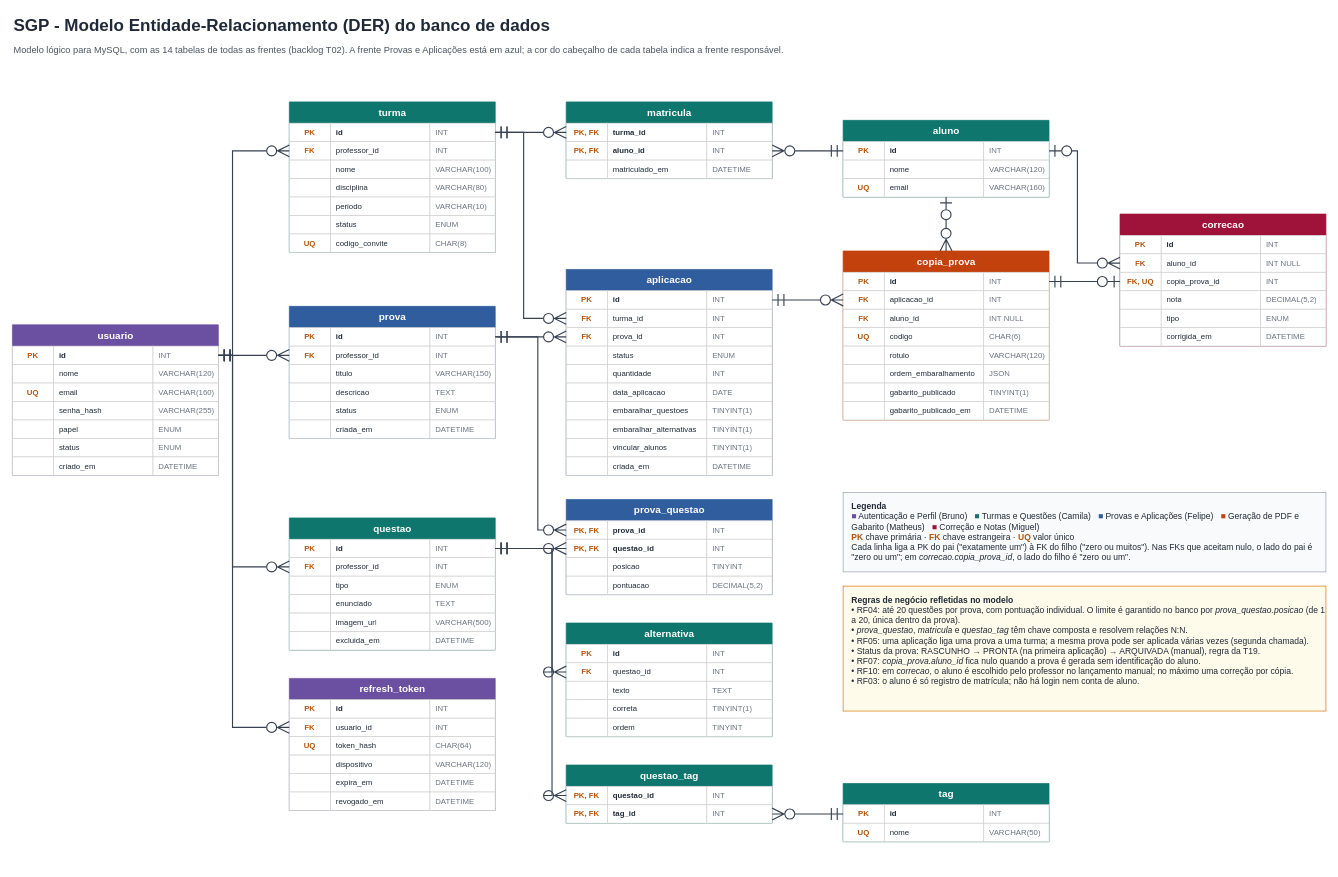
Earlier version of the draw.io diagram docs/modelo-dados/mer-der.drawio (Felipe-S-prog/Projeto-e-Arquitetura-5-fase). Source tidied: cells renumbered, new cells numbered last; positions are measured from the earlier drawing's top-left corner, leaving out a move shared by most shapes. Both pictures are drawn from the tidied source at 71%, with x=0, y=0 at pixel (12, 12).
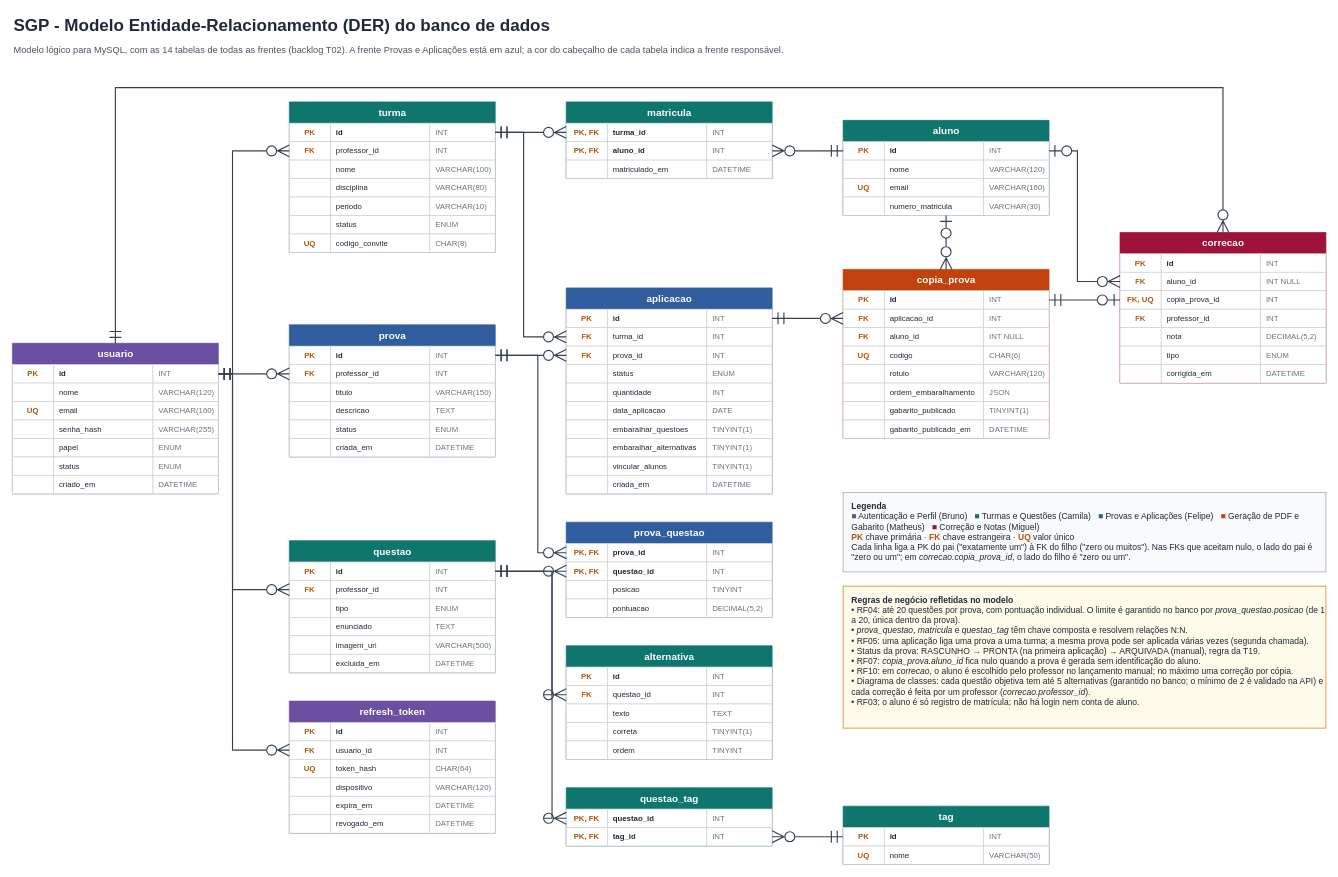
The same diagram, later.

Commit message (it also covers changes not shown here):
docs: ajusta DER ao diagrama de classes (professor na correcao, max. 5 alternativas, numero de matricula do aluno)

Unchanged cells that the change refers to:
```xml
<mxCell id="45" value="turma" style="shape=swimlane;horizontal=1;fontStyle=1;fontSize=14;align=center;startSize=30;html=1;fillColor=#0F766E;fontColor=#ffffff;strokeColor=#0F766E;swimlaneFillColor=#ffffff;" parent="1" vertex="1">
  <mxGeometry x="390" y="126" width="290" height="212" as="geometry" />
</mxCell>
<mxCell id="77" value="matricula" style="shape=swimlane;horizontal=1;fontStyle=1;fontSize=14;align=center;startSize=30;html=1;fillColor=#0F766E;fontColor=#ffffff;strokeColor=#0F766E;swimlaneFillColor=#ffffff;" parent="1" vertex="1">
  <mxGeometry x="780" y="126" width="290" height="108" as="geometry" />
</mxCell>
```

What changed in the source:
```diff
@@
     <mxCell id="4" value="usuario" style="shape=swimlane;horizontal=1;fontStyle=1;fontSize=14;align=center;startSize=30;html=1;fillColor=#6B4FA0;fontColor=#ffffff;strokeColor=#6B4FA0;swimlaneFillColor=#ffffff;" parent="1" vertex="1">
-      <mxGeometry y="440" width="290" height="212" as="geometry" />
+      <mxGeometry y="466" width="290" height="212" as="geometry" />
     </mxCell>
@@
     <mxCell id="26" value="refresh_token" style="shape=swimlane;horizontal=1;fontStyle=1;fontSize=14;align=center;startSize=30;html=1;fillColor=#6B4FA0;fontColor=#ffffff;strokeColor=#6B4FA0;swimlaneFillColor=#ffffff;" parent="1" vertex="1">
-      <mxGeometry x="390" y="938" width="290" height="186" as="geometry" />
+      <mxGeometry x="390" y="970" width="290" height="186" as="geometry" />
     </mxCell>
@@
     <mxCell id="67" value="aluno" style="shape=swimlane;horizontal=1;fontStyle=1;fontSize=14;align=center;startSize=30;html=1;fillColor=#0F766E;fontColor=#ffffff;strokeColor=#0F766E;swimlaneFillColor=#ffffff;" parent="1" vertex="1">
-      <mxGeometry x="1170" y="152" width="290" height="108" as="geometry" />
+      <mxGeometry x="1170" y="152" width="290" height="134" as="geometry" />
     </mxCell>
@@
+    <mxCell id="262" style="html=1;strokeColor=#D0D0D0;fillColor=#ffffff;fontColor=#1F2937;fontSize=11;whiteSpace=wrap;overflow=hidden;align=center;fontStyle=1;fontColor=#B45309;" parent="67" vertex="1">
+      <mxGeometry y="108" width="58" height="26" as="geometry" />
+    </mxCell>
+    <mxCell id="263" value="numero_matricula" style="html=1;strokeColor=#D0D0D0;fillColor=#ffffff;fontColor=#1F2937;fontSize=11;whiteSpace=wrap;overflow=hidden;align=left;spacingLeft=6;" parent="67" vertex="1">
+      <mxGeometry x="58" y="108" width="140" height="26" as="geometry" />
+    </mxCell>
+    <mxCell id="264" value="VARCHAR(30)" style="html=1;strokeColor=#D0D0D0;fillColor=#ffffff;fontColor=#1F2937;fontSize=11;whiteSpace=wrap;overflow=hidden;align=left;spacingLeft=6;fontColor=#6B7280;" parent="67" vertex="1">
+      <mxGeometry x="198" y="108" width="92" height="26" as="geometry" />
+    </mxCell>
@@
     <mxCell id="87" value="questao" style="shape=swimlane;horizontal=1;fontStyle=1;fontSize=14;align=center;startSize=30;html=1;fillColor=#0F766E;fontColor=#ffffff;strokeColor=#0F766E;swimlaneFillColor=#ffffff;" parent="1" vertex="1">
-      <mxGeometry x="390" y="712" width="290" height="186" as="geometry" />
+      <mxGeometry x="390" y="744" width="290" height="186" as="geometry" />
     </mxCell>
@@
     <mxCell id="106" value="tag" style="shape=swimlane;horizontal=1;fontStyle=1;fontSize=14;align=center;startSize=30;html=1;fillColor=#0F766E;fontColor=#ffffff;strokeColor=#0F766E;swimlaneFillColor=#ffffff;" parent="1" vertex="1">
-      <mxGeometry x="1170" y="1086" width="290" height="82" as="geometry" />
+      <mxGeometry x="1170" y="1118" width="290" height="82" as="geometry" />
     </mxCell>
@@
     <mxCell id="113" value="questao_tag" style="shape=swimlane;horizontal=1;fontStyle=1;fontSize=14;align=center;startSize=30;html=1;fillColor=#0F766E;fontColor=#ffffff;strokeColor=#0F766E;swimlaneFillColor=#ffffff;" parent="1" vertex="1">
-      <mxGeometry x="780" y="1060" width="290" height="82" as="geometry" />
+      <mxGeometry x="780" y="1092" width="290" height="82" as="geometry" />
     </mxCell>
@@
     <mxCell id="120" value="alternativa" style="shape=swimlane;horizontal=1;fontStyle=1;fontSize=14;align=center;startSize=30;html=1;fillColor=#0F766E;fontColor=#ffffff;strokeColor=#0F766E;swimlaneFillColor=#ffffff;" parent="1" vertex="1">
-      <mxGeometry x="780" y="860" width="290" height="160" as="geometry" />
+      <mxGeometry x="780" y="892" width="290" height="160" as="geometry" />
     </mxCell>
@@
     <mxCell id="136" value="prova" style="shape=swimlane;horizontal=1;fontStyle=1;fontSize=14;align=center;startSize=30;html=1;fillColor=#2F5D9E;fontColor=#ffffff;strokeColor=#2F5D9E;swimlaneFillColor=#ffffff;" parent="1" vertex="1">
-      <mxGeometry x="390" y="414" width="290" height="186" as="geometry" />
+      <mxGeometry x="390" y="440" width="290" height="186" as="geometry" />
     </mxCell>
@@
     <mxCell id="155" value="prova_questao" style="shape=swimlane;horizontal=1;fontStyle=1;fontSize=14;align=center;startSize=30;html=1;fillColor=#2F5D9E;fontColor=#ffffff;strokeColor=#2F5D9E;swimlaneFillColor=#ffffff;" parent="1" vertex="1">
-      <mxGeometry x="780" y="686" width="290" height="134" as="geometry" />
+      <mxGeometry x="780" y="718" width="290" height="134" as="geometry" />
     </mxCell>
@@
     <mxCell id="168" value="aplicacao" style="shape=swimlane;horizontal=1;fontStyle=1;fontSize=14;align=center;startSize=30;html=1;fillColor=#2F5D9E;fontColor=#ffffff;strokeColor=#2F5D9E;swimlaneFillColor=#ffffff;" parent="1" vertex="1">
-      <mxGeometry x="780" y="362" width="290" height="290" as="geometry" />
+      <mxGeometry x="780" y="388" width="290" height="290" as="geometry" />
     </mxCell>
@@
     <mxCell id="199" value="copia_prova" style="shape=swimlane;horizontal=1;fontStyle=1;fontSize=14;align=center;startSize=30;html=1;fillColor=#C2410C;fontColor=#ffffff;strokeColor=#C2410C;swimlaneFillColor=#ffffff;" parent="1" vertex="1">
-      <mxGeometry x="1170" y="336" width="290" height="238" as="geometry" />
+      <mxGeometry x="1170" y="362" width="290" height="238" as="geometry" />
     </mxCell>
@@
     <mxCell id="224" value="correcao" style="shape=swimlane;horizontal=1;fontStyle=1;fontSize=14;align=center;startSize=30;html=1;fillColor=#9F1239;fontColor=#ffffff;strokeColor=#9F1239;swimlaneFillColor=#ffffff;" parent="1" vertex="1">
-      <mxGeometry x="1560" y="284" width="290" height="186" as="geometry" />
+      <mxGeometry x="1560" y="310" width="290" height="212" as="geometry" />
     </mxCell>
@@
-    <mxCell id="234" style="html=1;strokeColor=#D0D0D0;fillColor=#ffffff;fontColor=#1F2937;fontSize=11;whiteSpace=wrap;overflow=hidden;align=center;fontStyle=1;fontColor=#B45309;" parent="224" vertex="1">
+    <mxCell id="234" value="FK" style="html=1;strokeColor=#D0D0D0;fillColor=#ffffff;fontColor=#1F2937;fontSize=11;whiteSpace=wrap;overflow=hidden;align=center;fontStyle=1;fontColor=#B45309;" parent="224" vertex="1">
       <mxGeometry y="108" width="58" height="26" as="geometry" />
     </mxCell>
-    <mxCell id="235" value="nota" style="html=1;strokeColor=#D0D0D0;fillColor=#ffffff;fontColor=#1F2937;fontSize=11;whiteSpace=wrap;overflow=hidden;align=left;spacingLeft=6;" parent="224" vertex="1">
+    <mxCell id="235" value="professor_id" style="html=1;strokeColor=#D0D0D0;fillColor=#ffffff;fontColor=#1F2937;fontSize=11;whiteSpace=wrap;overflow=hidden;align=left;spacingLeft=6;" parent="224" vertex="1">
       <mxGeometry x="58" y="108" width="140" height="26" as="geometry" />
     </mxCell>
-    <mxCell id="236" value="DECIMAL(5,2)" style="html=1;strokeColor=#D0D0D0;fillColor=#ffffff;fontColor=#1F2937;fontSize=11;whiteSpace=wrap;overflow=hidden;align=left;spacingLeft=6;fontColor=#6B7280;" parent="224" vertex="1">
+    <mxCell id="236" value="INT" style="html=1;strokeColor=#D0D0D0;fillColor=#ffffff;fontColor=#1F2937;fontSize=11;whiteSpace=wrap;overflow=hidden;align=left;spacingLeft=6;fontColor=#6B7280;" parent="224" vertex="1">
       <mxGeometry x="198" y="108" width="92" height="26" as="geometry" />
     </mxCell>
@@
-    <mxCell id="238" value="tipo" style="html=1;strokeColor=#D0D0D0;fillColor=#ffffff;fontColor=#1F2937;fontSize=11;whiteSpace=wrap;overflow=hidden;align=left;spacingLeft=6;" parent="224" vertex="1">
+    <mxCell id="238" value="nota" style="html=1;strokeColor=#D0D0D0;fillColor=#ffffff;fontColor=#1F2937;fontSize=11;whiteSpace=wrap;overflow=hidden;align=left;spacingLeft=6;" parent="224" vertex="1">
       <mxGeometry x="58" y="134" width="140" height="26" as="geometry" />
     </mxCell>
-    <mxCell id="239" value="ENUM" style="html=1;strokeColor=#D0D0D0;fillColor=#ffffff;fontColor=#1F2937;fontSize=11;whiteSpace=wrap;overflow=hidden;align=left;spacingLeft=6;fontColor=#6B7280;" parent="224" vertex="1">
+    <mxCell id="239" value="DECIMAL(5,2)" style="html=1;strokeColor=#D0D0D0;fillColor=#ffffff;fontColor=#1F2937;fontSize=11;whiteSpace=wrap;overflow=hidden;align=left;spacingLeft=6;fontColor=#6B7280;" parent="224" vertex="1">
       <mxGeometry x="198" y="134" width="92" height="26" as="geometry" />
     </mxCell>
@@
-    <mxCell id="241" value="corrigida_em" style="html=1;strokeColor=#D0D0D0;fillColor=#ffffff;fontColor=#1F2937;fontSize=11;whiteSpace=wrap;overflow=hidden;align=left;spacingLeft=6;" parent="224" vertex="1">
+    <mxCell id="241" value="tipo" style="html=1;strokeColor=#D0D0D0;fillColor=#ffffff;fontColor=#1F2937;fontSize=11;whiteSpace=wrap;overflow=hidden;align=left;spacingLeft=6;" parent="224" vertex="1">
       <mxGeometry x="58" y="160" width="140" height="26" as="geometry" />
     </mxCell>
-    <mxCell id="242" value="DATETIME" style="html=1;strokeColor=#D0D0D0;fillColor=#ffffff;fontColor=#1F2937;fontSize=11;whiteSpace=wrap;overflow=hidden;align=left;spacingLeft=6;fontColor=#6B7280;" parent="224" vertex="1">
+    <mxCell id="242" value="ENUM" style="html=1;strokeColor=#D0D0D0;fillColor=#ffffff;fontColor=#1F2937;fontSize=11;whiteSpace=wrap;overflow=hidden;align=left;spacingLeft=6;fontColor=#6B7280;" parent="224" vertex="1">
       <mxGeometry x="198" y="160" width="92" height="26" as="geometry" />
     </mxCell>
+    <mxCell id="265" style="html=1;strokeColor=#D0D0D0;fillColor=#ffffff;fontColor=#1F2937;fontSize=11;whiteSpace=wrap;overflow=hidden;align=center;fontStyle=1;fontColor=#B45309;" parent="224" vertex="1">
+      <mxGeometry y="186" width="58" height="26" as="geometry" />
+    </mxCell>
+    <mxCell id="266" value="corrigida_em" style="html=1;strokeColor=#D0D0D0;fillColor=#ffffff;fontColor=#1F2937;fontSize=11;whiteSpace=wrap;overflow=hidden;align=left;spacingLeft=6;" parent="224" vertex="1">
+      <mxGeometry x="58" y="186" width="140" height="26" as="geometry" />
+    </mxCell>
+    <mxCell id="267" value="DATETIME" style="html=1;strokeColor=#D0D0D0;fillColor=#ffffff;fontColor=#1F2937;fontSize=11;whiteSpace=wrap;overflow=hidden;align=left;spacingLeft=6;fontColor=#6B7280;" parent="224" vertex="1">
+      <mxGeometry x="198" y="186" width="92" height="26" as="geometry" />
+    </mxCell>
     <mxCell id="243" style="edgeStyle=orthogonalEdgeStyle;rounded=0;html=1;jettySize=auto;startArrow=ERmandOne;endArrow=ERzeroToMany;startFill=0;endFill=0;startSize=14;endSize=14;strokeColor=#374151;strokeWidth=1.6;exitX=1;exitY=0.2028;exitDx=0;exitDy=0;entryX=0;entryY=0.3710;entryDx=0;entryDy=0;" parent="1" edge="1" source="4" target="26">
       <mxGeometry relative="1" as="geometry">
         <Array as="points">
-          <mxPoint x="310" y="483" />
-          <mxPoint x="310" y="1007" />
+          <mxPoint x="310" y="509" />
+          <mxPoint x="310" y="1039" />
         </Array>
       </mxGeometry>
     </mxCell>
     <mxCell id="244" style="edgeStyle=orthogonalEdgeStyle;rounded=0;html=1;jettySize=auto;startArrow=ERmandOne;endArrow=ERzeroToMany;startFill=0;endFill=0;startSize=14;endSize=14;strokeColor=#374151;strokeWidth=1.6;exitX=1;exitY=0.2028;exitDx=0;exitDy=0;entryX=0;entryY=0.3255;entryDx=0;entryDy=0;" parent="1" edge="1" source="4" target="45">
       <mxGeometry relative="1" as="geometry">
         <Array as="points">
-          <mxPoint x="310" y="483" />
+          <mxPoint x="310" y="509" />
           <mxPoint x="310" y="195" />
         </Array>
       </mxGeometry>
     </mxCell>
@@
     <mxCell id="246" style="edgeStyle=orthogonalEdgeStyle;rounded=0;html=1;jettySize=auto;startArrow=ERmandOne;endArrow=ERzeroToMany;startFill=0;endFill=0;startSize=14;endSize=14;strokeColor=#374151;strokeWidth=1.6;exitX=1;exitY=0.2028;exitDx=0;exitDy=0;entryX=0;entryY=0.3710;entryDx=0;entryDy=0;" parent="1" edge="1" source="4" target="87">
       <mxGeometry relative="1" as="geometry">
         <Array as="points">
-          <mxPoint x="310" y="483" />
-          <mxPoint x="310" y="781" />
+          <mxPoint x="310" y="509" />
+          <mxPoint x="310" y="813" />
         </Array>
       </mxGeometry>
     </mxCell>
@@
     <mxCell id="248" style="edgeStyle=orthogonalEdgeStyle;rounded=0;html=1;jettySize=auto;startArrow=ERmandOne;endArrow=ERzeroToMany;startFill=0;endFill=0;startSize=14;endSize=14;strokeColor=#374151;strokeWidth=1.6;exitX=1;exitY=0.2028;exitDx=0;exitDy=0;entryX=0;entryY=0.2379;entryDx=0;entryDy=0;" parent="1" edge="1" source="45" target="168">
       <mxGeometry relative="1" as="geometry">
         <Array as="points">
           <mxPoint x="720" y="169" />
-          <mxPoint x="720" y="431" />
+          <mxPoint x="720" y="457" />
         </Array>
       </mxGeometry>
     </mxCell>
@@
     <mxCell id="250" style="edgeStyle=orthogonalEdgeStyle;rounded=0;html=1;jettySize=auto;startArrow=ERmandOne;endArrow=ERzeroToMany;startFill=0;endFill=0;startSize=14;endSize=14;strokeColor=#374151;strokeWidth=1.6;exitX=1;exitY=0.2312;exitDx=0;exitDy=0;entryX=0;entryY=0.3209;entryDx=0;entryDy=0;" parent="1" edge="1" source="136" target="155">
       <mxGeometry relative="1" as="geometry">
         <Array as="points">
-          <mxPoint x="740" y="457" />
-          <mxPoint x="740" y="729" />
+          <mxPoint x="740" y="483" />
+          <mxPoint x="740" y="761" />
         </Array>
       </mxGeometry>
     </mxCell>
@@
     <mxCell id="252" style="edgeStyle=orthogonalEdgeStyle;rounded=0;html=1;jettySize=auto;startArrow=ERmandOne;endArrow=ERzeroToMany;startFill=0;endFill=0;startSize=14;endSize=14;strokeColor=#374151;strokeWidth=1.6;exitX=1;exitY=0.2312;exitDx=0;exitDy=0;entryX=0;entryY=0.4313;entryDx=0;entryDy=0;" parent="1" edge="1" source="87" target="120">
       <mxGeometry relative="1" as="geometry">
         <Array as="points">
-          <mxPoint x="760" y="755" />
-          <mxPoint x="760" y="929" />
+          <mxPoint x="760" y="787" />
+          <mxPoint x="760" y="961" />
         </Array>
       </mxGeometry>
     </mxCell>
     <mxCell id="253" style="edgeStyle=orthogonalEdgeStyle;rounded=0;html=1;jettySize=auto;startArrow=ERmandOne;endArrow=ERzeroToMany;startFill=0;endFill=0;startSize=14;endSize=14;strokeColor=#374151;strokeWidth=1.6;exitX=1;exitY=0.2312;exitDx=0;exitDy=0;entryX=0;entryY=0.5244;entryDx=0;entryDy=0;" parent="1" edge="1" source="87" target="113">
       <mxGeometry relative="1" as="geometry">
         <Array as="points">
-          <mxPoint x="760" y="755" />
-          <mxPoint x="760" y="1103" />
+          <mxPoint x="760" y="787" />
+          <mxPoint x="760" y="1135" />
         </Array>
       </mxGeometry>
     </mxCell>
-    <mxCell id="254" style="edgeStyle=orthogonalEdgeStyle;rounded=0;html=1;jettySize=auto;startArrow=ERmandOne;endArrow=ERzeroToMany;startFill=0;endFill=0;startSize=14;endSize=14;strokeColor=#374151;strokeWidth=1.6;exitX=0;exitY=0.3981;exitDx=0;exitDy=0;entryX=1;entryY=0.6389;entryDx=0;entryDy=0;" parent="1" edge="1" source="67" target="77">
+    <mxCell id="254" style="edgeStyle=orthogonalEdgeStyle;rounded=0;html=1;jettySize=auto;startArrow=ERmandOne;endArrow=ERzeroToMany;startFill=0;endFill=0;startSize=14;endSize=14;strokeColor=#374151;strokeWidth=1.6;exitX=0;exitY=0.3209;exitDx=0;exitDy=0;entryX=1;entryY=0.6389;entryDx=0;entryDy=0;" parent="1" edge="1" source="67" target="77">
       <mxGeometry relative="1" as="geometry" />
     </mxCell>
@@
-    <mxCell id="258" style="edgeStyle=orthogonalEdgeStyle;rounded=0;html=1;jettySize=auto;startArrow=ERmandOne;endArrow=ERzeroToOne;startFill=0;endFill=0;startSize=14;endSize=14;strokeColor=#374151;strokeWidth=1.6;exitX=1;exitY=0.1807;exitDx=0;exitDy=0;entryX=0;entryY=0.5108;entryDx=0;entryDy=0;" parent="1" edge="1" source="199" target="224">
+    <mxCell id="258" style="edgeStyle=orthogonalEdgeStyle;rounded=0;html=1;jettySize=auto;startArrow=ERmandOne;endArrow=ERzeroToOne;startFill=0;endFill=0;startSize=14;endSize=14;strokeColor=#374151;strokeWidth=1.6;exitX=1;exitY=0.1807;exitDx=0;exitDy=0;entryX=0;entryY=0.4481;entryDx=0;entryDy=0;" parent="1" edge="1" source="199" target="224">
       <mxGeometry relative="1" as="geometry" />
     </mxCell>
-    <mxCell id="259" style="edgeStyle=orthogonalEdgeStyle;rounded=0;html=1;jettySize=auto;startArrow=ERzeroToOne;endArrow=ERzeroToMany;startFill=0;endFill=0;startSize=14;endSize=14;strokeColor=#374151;strokeWidth=1.6;exitX=1;exitY=0.3981;exitDx=0;exitDy=0;entryX=0;entryY=0.3710;entryDx=0;entryDy=0;" parent="1" edge="1" source="67" target="224">
+    <mxCell id="259" style="edgeStyle=orthogonalEdgeStyle;rounded=0;html=1;jettySize=auto;startArrow=ERzeroToOne;endArrow=ERzeroToMany;startFill=0;endFill=0;startSize=14;endSize=14;strokeColor=#374151;strokeWidth=1.6;exitX=1;exitY=0.3209;exitDx=0;exitDy=0;entryX=0;entryY=0.3255;entryDx=0;entryDy=0;" parent="1" edge="1" source="67" target="224">
       <mxGeometry relative="1" as="geometry">
         <Array as="points">
           <mxPoint x="1500" y="195" />
-          <mxPoint x="1500" y="353" />
+          <mxPoint x="1500" y="379" />
         </Array>
       </mxGeometry>
     </mxCell>
+    <mxCell id="268" style="edgeStyle=orthogonalEdgeStyle;rounded=0;html=1;jettySize=auto;startArrow=ERmandOne;endArrow=ERzeroToMany;startFill=0;endFill=0;startSize=14;endSize=14;strokeColor=#374151;strokeWidth=1.6;exitX=0.5;exitY=0;exitDx=0;exitDy=0;entryX=0.5;entryY=0;entryDx=0;entryDy=0;" parent="1" edge="1" source="4" target="224">
+      <mxGeometry relative="1" as="geometry">
+        <Array as="points">
+          <mxPoint x="145" y="106" />
+          <mxPoint x="1705" y="106" />
+        </Array>
+      </mxGeometry>
+    </mxCell>
@@
-    <mxCell id="261" value="&lt;b&gt;Regras de negócio refletidas no modelo&lt;/b&gt;&lt;br&gt;• RF04: até 20 questões por prova, com pontuação individual. O limite é garantido no banco por &lt;i&gt;prova_questao.posicao&lt;/i&gt; (de 1 a 20, única dentro da prova).&lt;br&gt;• &lt;i&gt;prova_questao&lt;/i&gt;, &lt;i&gt;matricula&lt;/i&gt; e &lt;i&gt;questao_tag&lt;/i&gt; têm chave composta e resolvem relações N:N.&lt;br&gt;• RF05: uma aplicação liga uma prova a uma turma; a mesma prova pode ser aplicada várias vezes (segunda chamada).&lt;br&gt;• Status da prova: RASCUNHO → PRONTA (na primeira aplicação) → ARQUIVADA (manual), regra da T19.&lt;br&gt;• RF07: &lt;i&gt;copia_prova.aluno_id&lt;/i&gt; fica nulo quando a prova é gerada sem identificação do aluno.&lt;br&gt;• RF10: em &lt;i&gt;correcao&lt;/i&gt;, o aluno é escolhido pelo professor no lançamento manual; no máximo uma correção por cópia.&lt;br&gt;• RF03: o aluno é só registro de matrícula; não há login nem conta de aluno." style="rounded=0;html=1;whiteSpace=wrap;align=left;verticalAlign=top;spacingLeft=10;spacingTop=6;fontSize=12;fontColor=#1F2937;fillColor=#FFFBEB;strokeColor=#D97706;" parent="1" vertex="1">
-      <mxGeometry x="1170" y="808" width="680" height="176" as="geometry" />
+    <mxCell id="261" value="&lt;b&gt;Regras de negócio refletidas no modelo&lt;/b&gt;&lt;br&gt;• RF04: até 20 questões por prova, com pontuação individual. O limite é garantido no banco por &lt;i&gt;prova_questao.posicao&lt;/i&gt; (de 1 a 20, única dentro da prova).&lt;br&gt;• &lt;i&gt;prova_questao&lt;/i&gt;, &lt;i&gt;matricula&lt;/i&gt; e &lt;i&gt;questao_tag&lt;/i&gt; têm chave composta e resolvem relações N:N.&lt;br&gt;• RF05: uma aplicação liga uma prova a uma turma; a mesma prova pode ser aplicada várias vezes (segunda chamada).&lt;br&gt;• Status da prova: RASCUNHO → PRONTA (na primeira aplicação) → ARQUIVADA (manual), regra da T19.&lt;br&gt;• RF07: &lt;i&gt;copia_prova.aluno_id&lt;/i&gt; fica nulo quando a prova é gerada sem identificação do aluno.&lt;br&gt;• RF10: em &lt;i&gt;correcao&lt;/i&gt;, o aluno é escolhido pelo professor no lançamento manual; no máximo uma correção por cópia.&lt;br&gt;• Diagrama de classes: cada questão objetiva tem até 5 alternativas (garantido no banco; o mínimo de 2 é validado na API) e cada correção é feita por um professor (&lt;i&gt;correcao.professor_id&lt;/i&gt;).&lt;br&gt;• RF03: o aluno é só registro de matrícula; não há login nem conta de aluno." style="rounded=0;html=1;whiteSpace=wrap;align=left;verticalAlign=top;spacingLeft=10;spacingTop=6;fontSize=12;fontColor=#1F2937;fillColor=#FFFBEB;strokeColor=#D97706;" parent="1" vertex="1">
+      <mxGeometry x="1170" y="808" width="680" height="200" as="geometry" />
     </mxCell>
```
